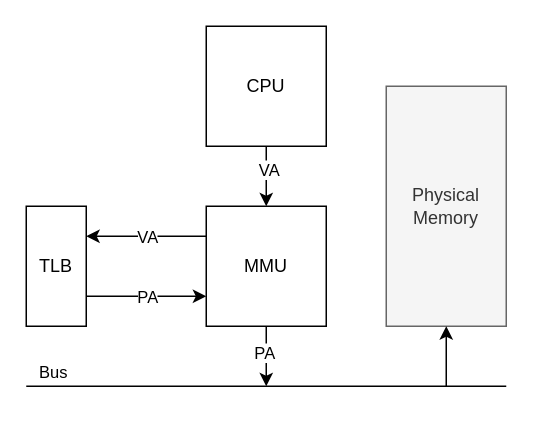
Above: figures/implementation/simple_mmu_arch.drawio in Meidimax99/bachelors_thesis (draw.io), before the change. Source tidied: cells renumbered, new cells numbered last; positions are measured from the earlier drawing's top-left corner, leaving out a move shared by most shapes. Both pictures are drawn from the tidied source at 150%, with x=0, y=0 at pixel (26, 26).
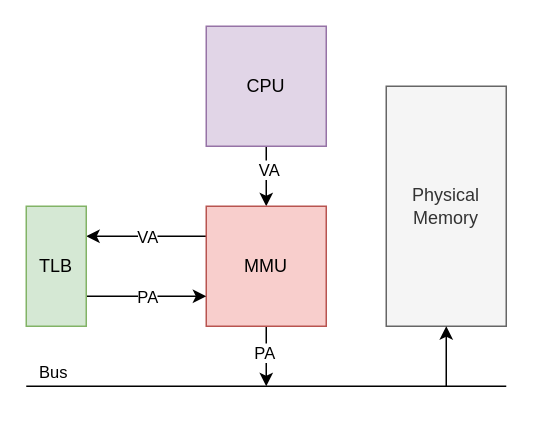
The same diagram, later.

Commit message (it also covers changes not shown here):
prokrastinating with diagrams

Diff of the diagram source:
```diff
@@
-    <mxCell id="4" value="CPU" style="rounded=0;whiteSpace=wrap;html=1;" parent="1" vertex="1">
+    <mxCell id="4" value="CPU" style="rounded=0;whiteSpace=wrap;html=1;fillColor=#e1d5e7;strokeColor=#9673a6;" parent="1" vertex="1">
       <mxGeometry x="120" width="80" height="80" as="geometry" />
     </mxCell>
@@
-    <mxCell id="9" value="MMU" style="rounded=0;whiteSpace=wrap;html=1;" parent="1" vertex="1">
+    <mxCell id="9" value="MMU" style="rounded=0;whiteSpace=wrap;html=1;fillColor=#f8cecc;strokeColor=#b85450;" parent="1" vertex="1">
       <mxGeometry x="120" y="120" width="80" height="80" as="geometry" />
     </mxCell>
@@
-    <mxCell id="12" value="TLB" style="rounded=0;whiteSpace=wrap;html=1;" parent="1" vertex="1">
+    <mxCell id="12" value="TLB" style="rounded=0;whiteSpace=wrap;html=1;fillColor=#d5e8d4;strokeColor=#82b366;" parent="1" vertex="1">
       <mxGeometry y="120" width="40" height="80" as="geometry" />
     </mxCell>
```
